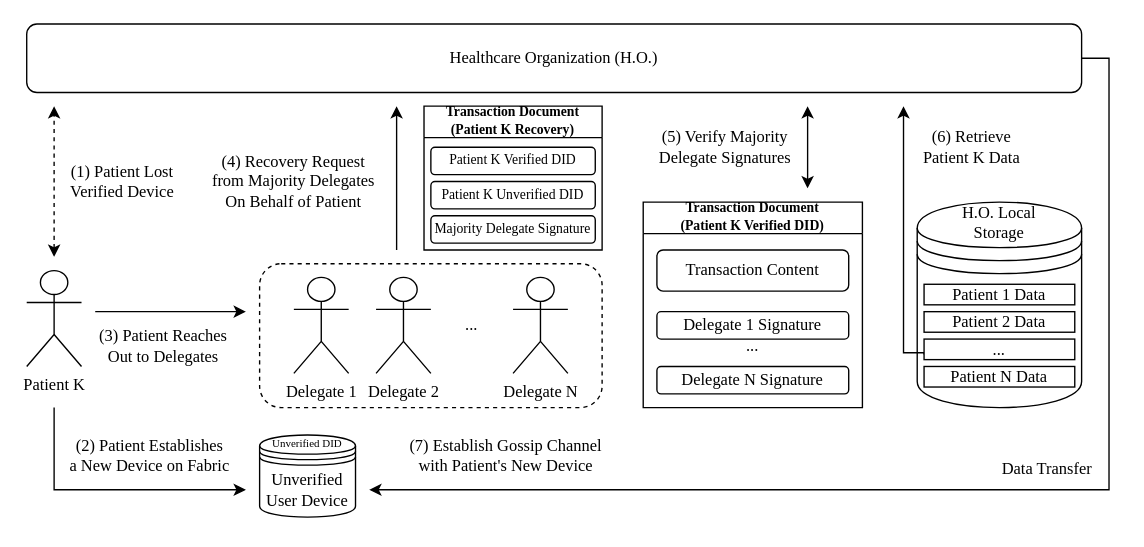
The draw.io diagram page "Recovery Process" (3 of 3) of healthcare_blockchain.drawio in WilliamStar007/Interoperable-Healthcare-Blockchain-Diagram, before the edit. Source tidied: cells renumbered, new cells numbered last; positions are measured from the earlier drawing's top-left corner, leaving out a move shared by most shapes. Both pictures are drawn from the tidied source at 137%, with x=0, y=0 at pixel (26, 23).
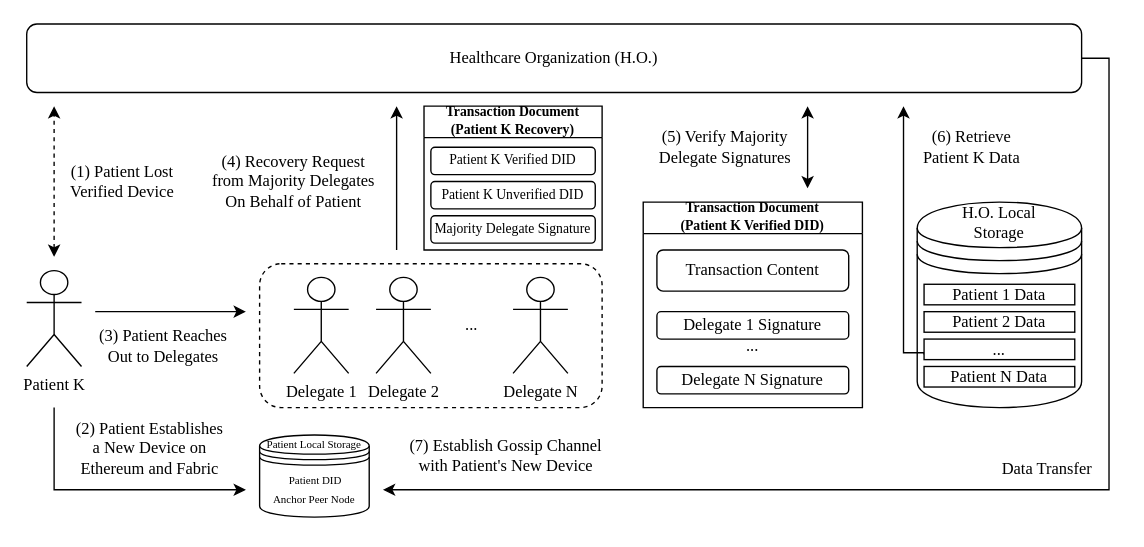
After the change.

The change refers to these unchanged cells:
```xml
<mxCell id="6" value="Healthcare Organization (H.O.)" style="rounded=1;whiteSpace=wrap;html=1;fontFamily=Times New Roman;" parent="1" vertex="1">
  <mxGeometry width="770" height="50" as="geometry" />
</mxCell>
```

The edit, as a diff of the source:
```diff
@@
     <mxCell id="5" style="edgeStyle=orthogonalEdgeStyle;rounded=0;jettySize=auto;html=1;exitX=1;exitY=0.5;exitDx=0;exitDy=0;fontFamily=Times New Roman;" parent="1" edge="1" source="6">
       <mxGeometry relative="1" as="geometry">
-        <mxPoint x="250" y="340" as="targetPoint" />
+        <mxPoint x="260" y="340" as="targetPoint" />
         <Array as="points">
           <mxPoint x="790" y="25" />
           <mxPoint x="790" y="340" />
-          <mxPoint x="250" y="340" />
         </Array>
       </mxGeometry>
     </mxCell>
@@
-    <mxCell id="32" value="Unverified User Device" style="shape=datastore;whiteSpace=wrap;html=1;fontFamily=Times New Roman;" parent="1" vertex="1">
-      <mxGeometry x="170" y="300" width="70" height="60" as="geometry" />
+    <mxCell id="32" value="&lt;p style=&quot;line-height: 100%;&quot;&gt;&lt;font style=&quot;font-size: 8px;&quot;&gt;&amp;nbsp;Patient DID&lt;br&gt;Anchor Peer Node&lt;/font&gt;&lt;/p&gt;" style="shape=datastore;whiteSpace=wrap;html=1;fontFamily=Times New Roman;spacingTop=-3;" parent="1" vertex="1">
+      <mxGeometry x="170" y="300" width="80" height="60" as="geometry" />
     </mxCell>
-    <mxCell id="33" value="(2) Patient Establishes&lt;br&gt;a New Device on Fabric" style="text;html=1;strokeColor=none;fillColor=none;align=center;verticalAlign=middle;whiteSpace=wrap;rounded=0;fontFamily=Times New Roman;" parent="1" vertex="1">
-      <mxGeometry x="30" y="300" width="120" height="30" as="geometry" />
+    <mxCell id="33" value="(2) Patient Establishes&lt;br&gt;a New Device on Ethereum and Fabric" style="text;html=1;strokeColor=none;fillColor=none;align=center;verticalAlign=middle;whiteSpace=wrap;rounded=0;fontFamily=Times New Roman;" parent="1" vertex="1">
+      <mxGeometry x="30" y="290" width="120" height="40" as="geometry" />
     </mxCell>
@@
-    <mxCell id="40" value="&lt;font style=&quot;font-size: 8px;&quot;&gt;Unverified DID&lt;/font&gt;" style="text;html=1;strokeColor=none;fillColor=none;align=center;verticalAlign=middle;whiteSpace=wrap;rounded=0;fontFamily=Times New Roman;" parent="1" vertex="1">
-      <mxGeometry x="170" y="300" width="70" height="10" as="geometry" />
+    <mxCell id="40" value="&lt;font style=&quot;font-size: 8px;&quot;&gt;Patient Local Storage&lt;/font&gt;" style="text;html=1;strokeColor=none;fillColor=none;align=center;verticalAlign=middle;whiteSpace=wrap;rounded=0;fontFamily=Times New Roman;" parent="1" vertex="1">
+      <mxGeometry x="170" y="301" width="80" height="10" as="geometry" />
     </mxCell>
```
